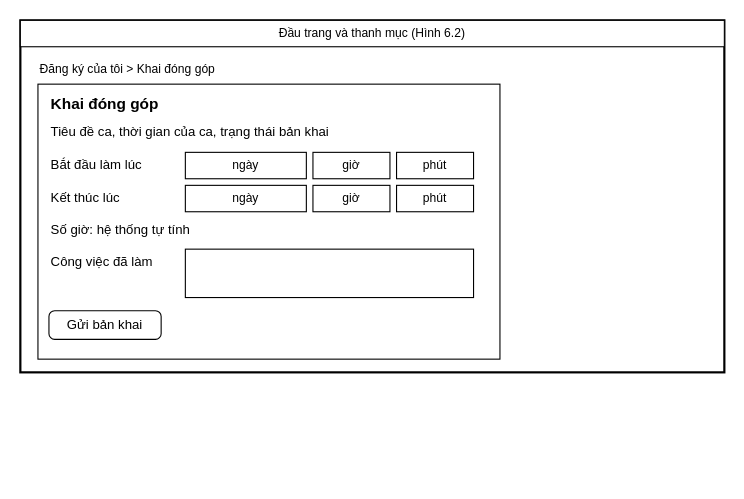
kanishere55/OOSD_NenTangDieuPhoi_TNV keeps this draw.io diagram as docs/giao_dien/drawio/M10_Khai_dong_gop.drawio. Above is the earlier version. Source tidied: cells renumbered, new cells numbered last; positions are measured from the earlier drawing's top-left corner, leaving out a move shared by most shapes. Both pictures are drawn from the tidied source at 110%, with x=0, y=0 at pixel (20, 20).
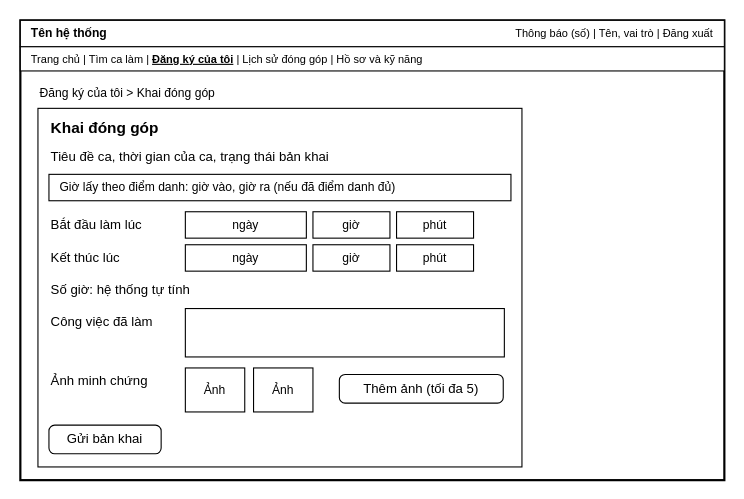
The same page after the edit.

The edit, as a diff of the source:
```diff
@@
     <mxCell id="2" style="rounded=0;whiteSpace=wrap;html=1;fillColor=#ffffff;strokeColor=#000000;strokeWidth=2;" parent="1" vertex="1">
-      <mxGeometry width="640" height="320" as="geometry" />
+      <mxGeometry width="640" height="418" as="geometry" />
     </mxCell>
-    <mxCell id="3" value="Đầu trang và thanh mục (Hình 6.2)" style="rounded=0;whiteSpace=wrap;html=1;fillColor=#ffffff;strokeColor=#000000;fontColor=#000000;fontSize=11;align=center;" parent="1" vertex="1">
+    <mxCell id="3" style="rounded=0;whiteSpace=wrap;html=1;fillColor=#ffffff;strokeColor=#000000;fontColor=#000000;fontSize=12;align=center;" parent="1" vertex="1">
       <mxGeometry width="640" height="24" as="geometry" />
     </mxCell>
-    <mxCell id="4" value="Đăng ký của tôi &gt; Khai đóng góp" style="text;html=1;strokeColor=none;fillColor=none;whiteSpace=wrap;verticalAlign=middle;fontColor=#000000;align=left;fontSize=11;fontStyle=0;" parent="1" vertex="1">
-      <mxGeometry x="16" y="34" width="400" height="20" as="geometry" />
+    <mxCell id="4" value="Tên hệ thống" style="text;html=1;strokeColor=none;fillColor=none;whiteSpace=wrap;verticalAlign=middle;fontColor=#000000;align=left;fontSize=11;fontStyle=1;" parent="1" vertex="1">
+      <mxGeometry x="8" y="2" width="150" height="20" as="geometry" />
     </mxCell>
-    <mxCell id="5" style="rounded=0;whiteSpace=wrap;html=1;fillColor=#ffffff;strokeColor=#000000;fontColor=#000000;fontSize=12;align=center;" parent="1" vertex="1">
-      <mxGeometry x="16" y="58" width="420" height="250" as="geometry" />
+    <mxCell id="5" value="Thông báo (số)   |   Tên, vai trò   |   Đăng xuất" style="text;html=1;strokeColor=none;fillColor=none;whiteSpace=wrap;verticalAlign=middle;fontColor=#000000;align=right;fontSize=10;fontStyle=0;" parent="1" vertex="1">
+      <mxGeometry x="340" y="2" width="292" height="20" as="geometry" />
     </mxCell>
-    <mxCell id="6" value="Khai đóng góp" style="text;html=1;strokeColor=none;fillColor=none;whiteSpace=wrap;verticalAlign=middle;fontColor=#000000;align=left;fontSize=14;fontStyle=1;" parent="1" vertex="1">
-      <mxGeometry x="26" y="64" width="300" height="24" as="geometry" />
+    <mxCell id="6" style="rounded=0;whiteSpace=wrap;html=1;fillColor=#ffffff;strokeColor=#000000;fontColor=#000000;fontSize=12;align=center;" parent="1" vertex="1">
+      <mxGeometry y="24" width="640" height="22" as="geometry" />
     </mxCell>
-    <mxCell id="7" value="Tiêu đề ca, thời gian của ca, trạng thái bản khai" style="text;html=1;strokeColor=none;fillColor=none;whiteSpace=wrap;verticalAlign=middle;fontColor=#000000;align=left;fontSize=12;fontStyle=0;" parent="1" vertex="1">
-      <mxGeometry x="26" y="92" width="400" height="20" as="geometry" />
+    <mxCell id="7" value="Trang chủ   |   Tìm ca làm   |   &lt;b&gt;&lt;u&gt;Đăng ký của tôi&lt;/u&gt;&lt;/b&gt;   |   Lịch sử đóng góp   |   Hồ sơ và kỹ năng" style="text;html=1;strokeColor=none;fillColor=none;whiteSpace=wrap;verticalAlign=middle;fontColor=#000000;align=left;fontSize=10;fontStyle=0;" parent="1" vertex="1">
+      <mxGeometry x="8" y="25" width="624" height="20" as="geometry" />
     </mxCell>
-    <mxCell id="8" value="Bắt đầu làm lúc" style="text;html=1;strokeColor=none;fillColor=none;whiteSpace=wrap;verticalAlign=middle;fontColor=#000000;align=left;fontSize=12;fontStyle=0;" parent="1" vertex="1">
-      <mxGeometry x="26" y="120" width="120" height="24" as="geometry" />
+    <mxCell id="8" value="Đăng ký của tôi &gt; Khai đóng góp" style="text;html=1;strokeColor=none;fillColor=none;whiteSpace=wrap;verticalAlign=middle;fontColor=#000000;align=left;fontSize=11;fontStyle=0;" parent="1" vertex="1">
+      <mxGeometry x="16" y="56" width="400" height="20" as="geometry" />
     </mxCell>
-    <mxCell id="9" value="ngày" style="rounded=0;whiteSpace=wrap;html=1;fillColor=#ffffff;strokeColor=#000000;fontColor=#000000;fontSize=11;align=center;" parent="1" vertex="1">
-      <mxGeometry x="150" y="120" width="110" height="24" as="geometry" />
+    <mxCell id="9" style="rounded=0;whiteSpace=wrap;html=1;fillColor=#ffffff;strokeColor=#000000;fontColor=#000000;fontSize=12;align=center;" parent="1" vertex="1">
+      <mxGeometry x="16" y="80" width="440" height="326" as="geometry" />
     </mxCell>
-    <mxCell id="10" value="giờ" style="rounded=0;whiteSpace=wrap;html=1;fillColor=#ffffff;strokeColor=#000000;fontColor=#000000;fontSize=11;align=center;" parent="1" vertex="1">
-      <mxGeometry x="266" y="120" width="70" height="24" as="geometry" />
+    <mxCell id="10" value="Khai đóng góp" style="text;html=1;strokeColor=none;fillColor=none;whiteSpace=wrap;verticalAlign=middle;fontColor=#000000;align=left;fontSize=14;fontStyle=1;" parent="1" vertex="1">
+      <mxGeometry x="26" y="86" width="300" height="24" as="geometry" />
     </mxCell>
-    <mxCell id="11" value="phút" style="rounded=0;whiteSpace=wrap;html=1;fillColor=#ffffff;strokeColor=#000000;fontColor=#000000;fontSize=11;align=center;" parent="1" vertex="1">
-      <mxGeometry x="342" y="120" width="70" height="24" as="geometry" />
+    <mxCell id="11" value="Tiêu đề ca, thời gian của ca, trạng thái bản khai" style="text;html=1;strokeColor=none;fillColor=none;whiteSpace=wrap;verticalAlign=middle;fontColor=#000000;align=left;fontSize=12;fontStyle=0;" parent="1" vertex="1">
+      <mxGeometry x="26" y="114" width="420" height="20" as="geometry" />
     </mxCell>
-    <mxCell id="12" value="Kết thúc lúc" style="text;html=1;strokeColor=none;fillColor=none;whiteSpace=wrap;verticalAlign=middle;fontColor=#000000;align=left;fontSize=12;fontStyle=0;" parent="1" vertex="1">
-      <mxGeometry x="26" y="150" width="120" height="24" as="geometry" />
+    <mxCell id="12" value="Giờ lấy theo điểm danh: giờ vào, giờ ra (nếu đã điểm danh đủ)" style="rounded=0;whiteSpace=wrap;html=1;fillColor=#ffffff;strokeColor=#000000;fontColor=#000000;fontSize=11;align=left;spacingLeft=8;" parent="1" vertex="1">
+      <mxGeometry x="26" y="140" width="420" height="24" as="geometry" />
     </mxCell>
-    <mxCell id="13" value="ngày" style="rounded=0;whiteSpace=wrap;html=1;fillColor=#ffffff;strokeColor=#000000;fontColor=#000000;fontSize=11;align=center;" parent="1" vertex="1">
-      <mxGeometry x="150" y="150" width="110" height="24" as="geometry" />
+    <mxCell id="13" value="Bắt đầu làm lúc" style="text;html=1;strokeColor=none;fillColor=none;whiteSpace=wrap;verticalAlign=middle;fontColor=#000000;align=left;fontSize=12;fontStyle=0;" parent="1" vertex="1">
+      <mxGeometry x="26" y="174" width="120" height="24" as="geometry" />
     </mxCell>
-    <mxCell id="14" value="giờ" style="rounded=0;whiteSpace=wrap;html=1;fillColor=#ffffff;strokeColor=#000000;fontColor=#000000;fontSize=11;align=center;" parent="1" vertex="1">
-      <mxGeometry x="266" y="150" width="70" height="24" as="geometry" />
+    <mxCell id="14" value="ngày" style="rounded=0;whiteSpace=wrap;html=1;fillColor=#ffffff;strokeColor=#000000;fontColor=#000000;fontSize=11;align=center;" parent="1" vertex="1">
+      <mxGeometry x="150" y="174" width="110" height="24" as="geometry" />
     </mxCell>
-    <mxCell id="15" value="phút" style="rounded=0;whiteSpace=wrap;html=1;fillColor=#ffffff;strokeColor=#000000;fontColor=#000000;fontSize=11;align=center;" parent="1" vertex="1">
-      <mxGeometry x="342" y="150" width="70" height="24" as="geometry" />
+    <mxCell id="15" value="giờ" style="rounded=0;whiteSpace=wrap;html=1;fillColor=#ffffff;strokeColor=#000000;fontColor=#000000;fontSize=11;align=center;" parent="1" vertex="1">
+      <mxGeometry x="266" y="174" width="70" height="24" as="geometry" />
     </mxCell>
-    <mxCell id="16" value="Số giờ: hệ thống tự tính" style="text;html=1;strokeColor=none;fillColor=none;whiteSpace=wrap;verticalAlign=middle;fontColor=#000000;align=left;fontSize=12;fontStyle=0;" parent="1" vertex="1">
-      <mxGeometry x="26" y="180" width="400" height="22" as="geometry" />
+    <mxCell id="16" value="phút" style="rounded=0;whiteSpace=wrap;html=1;fillColor=#ffffff;strokeColor=#000000;fontColor=#000000;fontSize=11;align=center;" parent="1" vertex="1">
+      <mxGeometry x="342" y="174" width="70" height="24" as="geometry" />
     </mxCell>
-    <mxCell id="17" value="Công việc đã làm" style="text;html=1;strokeColor=none;fillColor=none;whiteSpace=wrap;verticalAlign=middle;fontColor=#000000;align=left;fontSize=12;fontStyle=0;" parent="1" vertex="1">
-      <mxGeometry x="26" y="208" width="120" height="24" as="geometry" />
+    <mxCell id="17" value="Kết thúc lúc" style="text;html=1;strokeColor=none;fillColor=none;whiteSpace=wrap;verticalAlign=middle;fontColor=#000000;align=left;fontSize=12;fontStyle=0;" parent="1" vertex="1">
+      <mxGeometry x="26" y="204" width="120" height="24" as="geometry" />
     </mxCell>
-    <mxCell id="18" style="rounded=0;whiteSpace=wrap;html=1;fillColor=#ffffff;strokeColor=#000000;fontColor=#000000;fontSize=12;align=center;" parent="1" vertex="1">
-      <mxGeometry x="150" y="208" width="262" height="44" as="geometry" />
+    <mxCell id="18" value="ngày" style="rounded=0;whiteSpace=wrap;html=1;fillColor=#ffffff;strokeColor=#000000;fontColor=#000000;fontSize=11;align=center;" parent="1" vertex="1">
+      <mxGeometry x="150" y="204" width="110" height="24" as="geometry" />
     </mxCell>
-    <mxCell id="19" value="Gửi bản khai" style="rounded=1;arcSize=20;whiteSpace=wrap;html=1;fillColor=#ffffff;strokeColor=#000000;fontColor=#000000;fontSize=12;" parent="1" vertex="1">
-      <mxGeometry x="26" y="264" width="102" height="26" as="geometry" />
+    <mxCell id="19" value="giờ" style="rounded=0;whiteSpace=wrap;html=1;fillColor=#ffffff;strokeColor=#000000;fontColor=#000000;fontSize=11;align=center;" parent="1" vertex="1">
+      <mxGeometry x="266" y="204" width="70" height="24" as="geometry" />
     </mxCell>
+    <mxCell id="20" value="phút" style="rounded=0;whiteSpace=wrap;html=1;fillColor=#ffffff;strokeColor=#000000;fontColor=#000000;fontSize=11;align=center;" parent="1" vertex="1">
+      <mxGeometry x="342" y="204" width="70" height="24" as="geometry" />
+    </mxCell>
+    <mxCell id="21" value="Số giờ: hệ thống tự tính" style="text;html=1;strokeColor=none;fillColor=none;whiteSpace=wrap;verticalAlign=middle;fontColor=#000000;align=left;fontSize=12;fontStyle=0;" parent="1" vertex="1">
+      <mxGeometry x="26" y="234" width="400" height="22" as="geometry" />
+    </mxCell>
+    <mxCell id="22" value="Công việc đã làm" style="text;html=1;strokeColor=none;fillColor=none;whiteSpace=wrap;verticalAlign=middle;fontColor=#000000;align=left;fontSize=12;fontStyle=0;" parent="1" vertex="1">
+      <mxGeometry x="26" y="262" width="120" height="24" as="geometry" />
+    </mxCell>
+    <mxCell id="23" style="rounded=0;whiteSpace=wrap;html=1;fillColor=#ffffff;strokeColor=#000000;fontColor=#000000;fontSize=12;align=center;" parent="1" vertex="1">
+      <mxGeometry x="150" y="262" width="290" height="44" as="geometry" />
+    </mxCell>
+    <mxCell id="24" value="Ảnh minh chứng" style="text;html=1;strokeColor=none;fillColor=none;whiteSpace=wrap;verticalAlign=middle;fontColor=#000000;align=left;fontSize=12;fontStyle=0;" parent="1" vertex="1">
+      <mxGeometry x="26" y="316" width="120" height="24" as="geometry" />
+    </mxCell>
+    <mxCell id="25" value="Ảnh" style="rounded=0;whiteSpace=wrap;html=1;fillColor=#ffffff;strokeColor=#000000;fontColor=#000000;fontSize=11;align=center;" parent="1" vertex="1">
+      <mxGeometry x="150" y="316" width="54" height="40" as="geometry" />
+    </mxCell>
+    <mxCell id="26" value="Ảnh" style="rounded=0;whiteSpace=wrap;html=1;fillColor=#ffffff;strokeColor=#000000;fontColor=#000000;fontSize=11;align=center;" parent="1" vertex="1">
+      <mxGeometry x="212" y="316" width="54" height="40" as="geometry" />
+    </mxCell>
+    <mxCell id="27" value="Thêm ảnh (tối đa 5)" style="rounded=1;arcSize=20;whiteSpace=wrap;html=1;fillColor=#ffffff;strokeColor=#000000;fontColor=#000000;fontSize=12;" parent="1" vertex="1">
+      <mxGeometry x="290" y="322" width="149" height="26" as="geometry" />
+    </mxCell>
+    <mxCell id="28" value="Gửi bản khai" style="rounded=1;arcSize=20;whiteSpace=wrap;html=1;fillColor=#ffffff;strokeColor=#000000;fontColor=#000000;fontSize=12;" parent="1" vertex="1">
+      <mxGeometry x="26" y="368" width="102" height="26" as="geometry" />
+    </mxCell>
```
